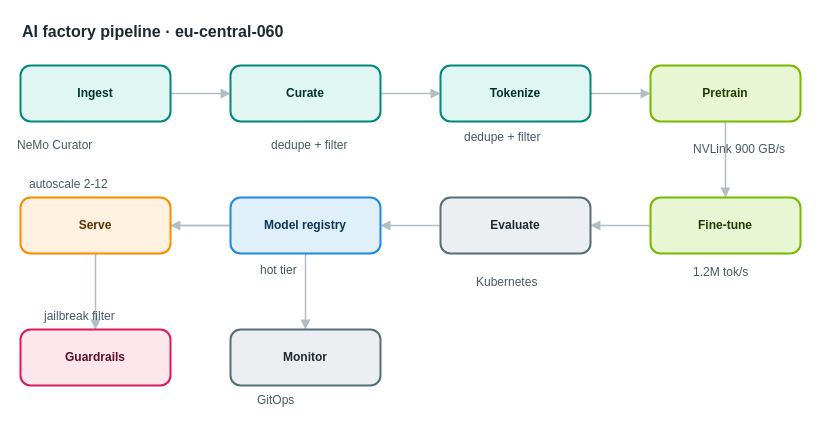
AryanG01/open-apprentice keeps this draw.io diagram as apps/web/public/samples/library/060-ai-factory-pipeline.drawio. Above is the earlier version. Source tidied: cells renumbered, new cells numbered last; positions are measured from the earlier drawing's top-left corner, leaving out a move shared by most shapes. Both pictures are drawn from the tidied source at 100%, with x=0, y=0 at pixel (17, 17).
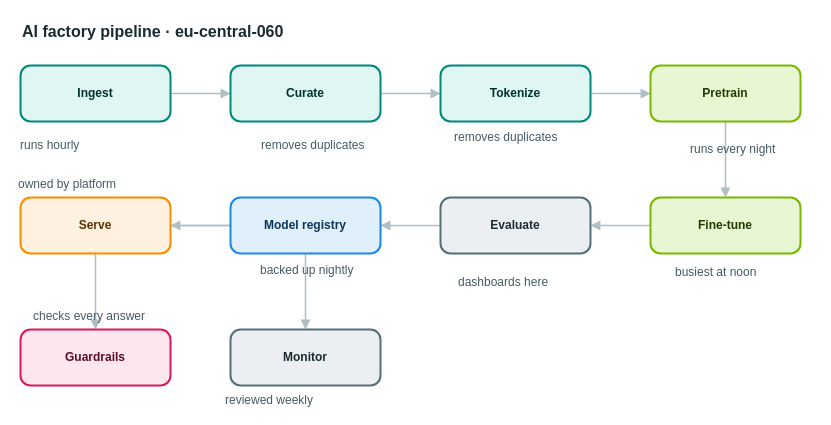
After the change.

The edit, as a diff of the source:
```diff
@@
-    <mxCell id="22" value="NeMo Curator" style="text;html=1;align=left;verticalAlign=top;whiteSpace=nowrap;spacing=0;spacingTop=0;strokeColor=none;fillColor=none;fontSize=12;fontColor=#455a64;" parent="1" vertex="1">
-      <mxGeometry y="116" width="96" height="20" as="geometry" />
+    <mxCell id="22" value="runs hourly" style="text;html=1;align=left;verticalAlign=top;whiteSpace=nowrap;spacing=0;spacingTop=0;strokeColor=none;fillColor=none;fontSize=12;fontColor=#455a64;" parent="1" vertex="1">
+      <mxGeometry x="3" y="116" width="89" height="20" as="geometry" />
     </mxCell>
-    <mxCell id="23" value="dedupe + filter" style="text;html=1;align=left;verticalAlign=top;whiteSpace=nowrap;spacing=0;spacingTop=0;strokeColor=none;fillColor=none;fontSize=12;fontColor=#455a64;" parent="1" vertex="1">
-      <mxGeometry x="254" y="116" width="117" height="20" as="geometry" />
+    <mxCell id="23" value="removes duplicates" style="text;html=1;align=left;verticalAlign=top;whiteSpace=nowrap;spacing=0;spacingTop=0;strokeColor=none;fillColor=none;fontSize=12;fontColor=#455a64;" parent="1" vertex="1">
+      <mxGeometry x="244" y="116" width="138" height="20" as="geometry" />
     </mxCell>
-    <mxCell id="24" value="dedupe + filter" style="text;html=1;align=left;verticalAlign=top;whiteSpace=nowrap;spacing=0;spacingTop=0;strokeColor=none;fillColor=none;fontSize=12;fontColor=#455a64;" parent="1" vertex="1">
-      <mxGeometry x="447" y="108" width="117" height="20" as="geometry" />
+    <mxCell id="24" value="removes duplicates" style="text;html=1;align=left;verticalAlign=top;whiteSpace=nowrap;spacing=0;spacingTop=0;strokeColor=none;fillColor=none;fontSize=12;fontColor=#455a64;" parent="1" vertex="1">
+      <mxGeometry x="437" y="108" width="138" height="20" as="geometry" />
     </mxCell>
-    <mxCell id="25" value="NVLink 900 GB/s" style="text;html=1;align=left;verticalAlign=top;whiteSpace=nowrap;spacing=0;spacingTop=0;strokeColor=none;fillColor=none;fontSize=12;fontColor=#455a64;" parent="1" vertex="1">
-      <mxGeometry x="676" y="120" width="117" height="20" as="geometry" />
+    <mxCell id="25" value="runs every night" style="text;html=1;align=left;verticalAlign=top;whiteSpace=nowrap;spacing=0;spacingTop=0;strokeColor=none;fillColor=none;fontSize=12;fontColor=#455a64;" parent="1" vertex="1">
+      <mxGeometry x="673" y="120" width="124" height="20" as="geometry" />
     </mxCell>
-    <mxCell id="26" value="1.2M tok/s" style="text;html=1;align=left;verticalAlign=top;whiteSpace=nowrap;spacing=0;spacingTop=0;strokeColor=none;fillColor=none;fontSize=12;fontColor=#455a64;" parent="1" vertex="1">
-      <mxGeometry x="676" y="243" width="82" height="20" as="geometry" />
+    <mxCell id="26" value="busiest at noon" style="text;html=1;align=left;verticalAlign=top;whiteSpace=nowrap;spacing=0;spacingTop=0;strokeColor=none;fillColor=none;fontSize=12;fontColor=#455a64;" parent="1" vertex="1">
+      <mxGeometry x="658" y="243" width="117" height="20" as="geometry" />
     </mxCell>
-    <mxCell id="27" value="Kubernetes" style="text;html=1;align=left;verticalAlign=top;whiteSpace=nowrap;spacing=0;spacingTop=0;strokeColor=none;fillColor=none;fontSize=12;fontColor=#455a64;" parent="1" vertex="1">
-      <mxGeometry x="459" y="253" width="82" height="20" as="geometry" />
+    <mxCell id="27" value="dashboards here" style="text;html=1;align=left;verticalAlign=top;whiteSpace=nowrap;spacing=0;spacingTop=0;strokeColor=none;fillColor=none;fontSize=12;fontColor=#455a64;" parent="1" vertex="1">
+      <mxGeometry x="441" y="253" width="117" height="20" as="geometry" />
     </mxCell>
-    <mxCell id="28" value="hot tier" style="text;html=1;align=left;verticalAlign=top;whiteSpace=nowrap;spacing=0;spacingTop=0;strokeColor=none;fillColor=none;fontSize=12;fontColor=#455a64;" parent="1" vertex="1">
-      <mxGeometry x="243" y="241" width="68" height="20" as="geometry" />
+    <mxCell id="28" value="backed up nightly" style="text;html=1;align=left;verticalAlign=top;whiteSpace=nowrap;spacing=0;spacingTop=0;strokeColor=none;fillColor=none;fontSize=12;fontColor=#455a64;" parent="1" vertex="1">
+      <mxGeometry x="243" y="241" width="131" height="20" as="geometry" />
     </mxCell>
-    <mxCell id="29" value="autoscale 2-12" style="text;html=1;align=left;verticalAlign=top;whiteSpace=nowrap;spacing=0;spacingTop=0;strokeColor=none;fillColor=none;fontSize=12;fontColor=#455a64;" parent="1" vertex="1">
-      <mxGeometry x="12" y="155" width="110" height="20" as="geometry" />
+    <mxCell id="29" value="owned by platform" style="text;html=1;align=left;verticalAlign=top;whiteSpace=nowrap;spacing=0;spacingTop=0;strokeColor=none;fillColor=none;fontSize=12;fontColor=#455a64;" parent="1" vertex="1">
+      <mxGeometry x="1" y="155" width="131" height="20" as="geometry" />
     </mxCell>
-    <mxCell id="30" value="jailbreak filter" style="text;html=1;align=left;verticalAlign=top;whiteSpace=nowrap;spacing=0;spacingTop=0;strokeColor=none;fillColor=none;fontSize=12;fontColor=#455a64;" parent="1" vertex="1">
-      <mxGeometry x="27" y="287" width="124" height="20" as="geometry" />
+    <mxCell id="30" value="checks every answer" style="text;html=1;align=left;verticalAlign=top;whiteSpace=nowrap;spacing=0;spacingTop=0;strokeColor=none;fillColor=none;fontSize=12;fontColor=#455a64;" parent="1" vertex="1">
+      <mxGeometry x="16" y="287" width="145" height="20" as="geometry" />
     </mxCell>
-    <mxCell id="31" value="GitOps" style="text;html=1;align=left;verticalAlign=top;whiteSpace=nowrap;spacing=0;spacingTop=0;strokeColor=none;fillColor=none;fontSize=12;fontColor=#455a64;" parent="1" vertex="1">
-      <mxGeometry x="240" y="371" width="54" height="20" as="geometry" />
+    <mxCell id="31" value="reviewed weekly" style="text;html=1;align=left;verticalAlign=top;whiteSpace=nowrap;spacing=0;spacingTop=0;strokeColor=none;fillColor=none;fontSize=12;fontColor=#455a64;" parent="1" vertex="1">
+      <mxGeometry x="208" y="371" width="117" height="20" as="geometry" />
     </mxCell>
```
